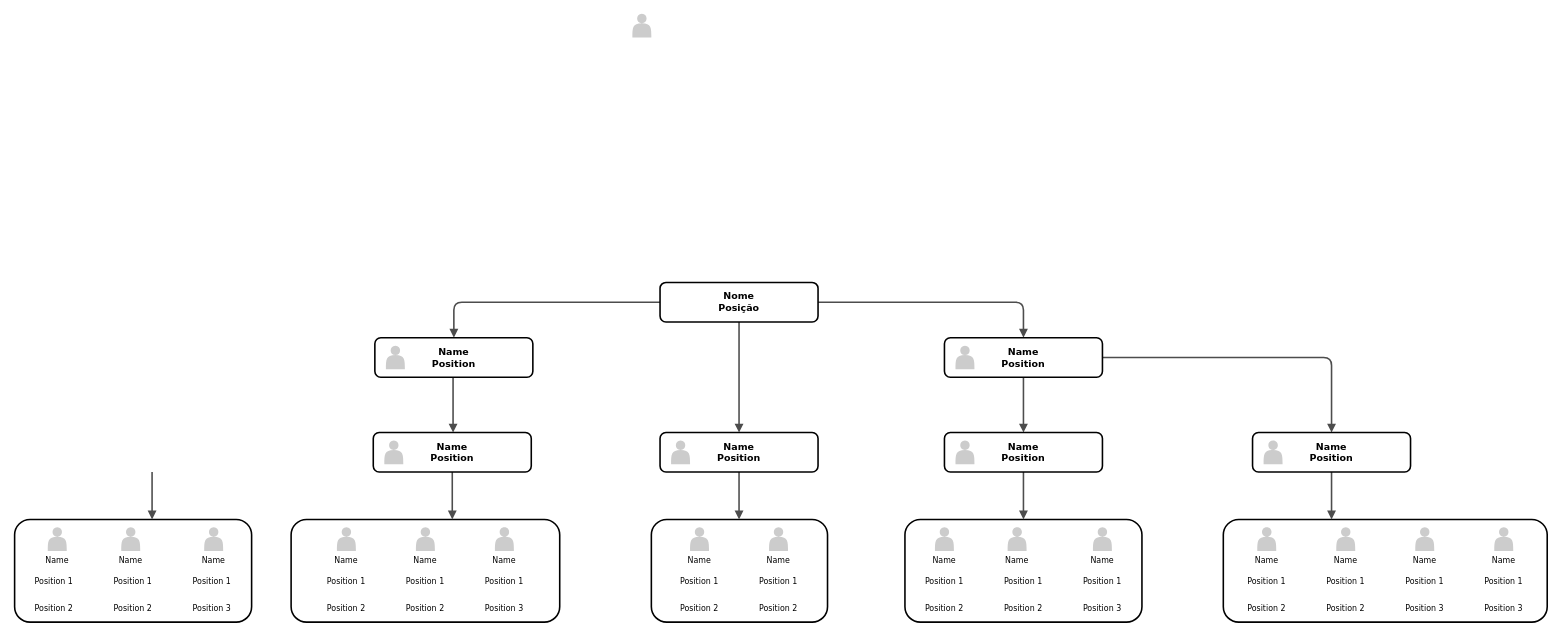
This is Diagrama sem nome.drawio from pedindev/Pedro2024, a draw.io file, before an edit. Source tidied: cells renumbered, new cells numbered last; positions are measured from the earlier drawing's top-left corner, leaving out a move shared by most shapes. Both pictures are drawn from the tidied source at 79%, with x=0, y=0 at pixel (14, 13).
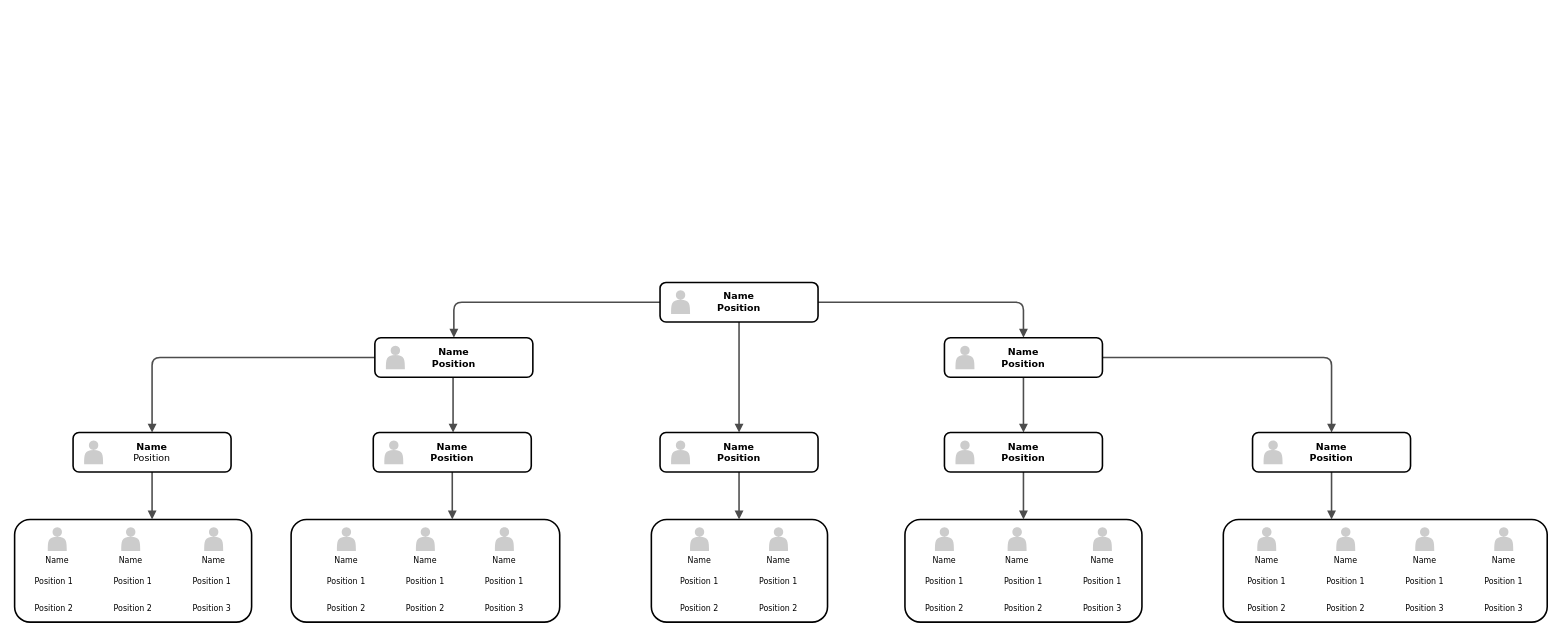
The same diagram, later.

The change refers to these unchanged cells:
```xml
<mxCell id="2" style="whiteSpace=wrap;html=1;rounded=1;shadow=0;comic=0;strokeWidth=2;fontFamily=Verdana;align=center;fontSize=10;" parent="1" vertex="1">
  <mxGeometry y="640" width="300" height="130" as="geometry" />
</mxCell>
<mxCell id="63" value="Name&lt;div&gt;&lt;span&gt;Position&lt;/span&gt;&lt;/div&gt;" style="whiteSpace=wrap;html=1;rounded=1;shadow=0;comic=0;strokeWidth=2;fontFamily=Verdana;align=center;fontSize=12;fontStyle=1;" parent="1" vertex="1">
  <mxGeometry x="456" y="410" width="200" height="50" as="geometry" />
</mxCell>
```

Change to the diagram source:
```diff
@@
+    <mxCell id="77" style="edgeStyle=orthogonalEdgeStyle;rounded=1;html=1;labelBackgroundColor=none;endArrow=block;endFill=1;strokeColor=#4D4D4D;strokeWidth=2;fontFamily=Verdana;fontSize=12;fontStyle=1;" parent="1" edge="1" source="63" target="78">
+      <mxGeometry relative="1" as="geometry" />
+    </mxCell>
@@
-    <mxCell id="29" style="edgeStyle=elbowEdgeStyle;rounded=1;html=1;labelBackgroundColor=none;endArrow=block;endFill=1;strokeColor=#4D4D4D;strokeWidth=2;fontFamily=Verdana;fontSize=10;" parent="1" edge="1" target="2">
-      <mxGeometry relative="1" as="geometry">
-        <mxPoint x="174" y="580" as="sourcePoint" />
-      </mxGeometry>
+    <mxCell id="29" style="edgeStyle=elbowEdgeStyle;rounded=1;html=1;labelBackgroundColor=none;endArrow=block;endFill=1;strokeColor=#4D4D4D;strokeWidth=2;fontFamily=Verdana;fontSize=10;" parent="1" edge="1" source="78" target="2">
+      <mxGeometry relative="1" as="geometry" />
     </mxCell>
@@
+    <mxCell id="78" value="&lt;span&gt;Name&lt;/span&gt;&lt;div&gt;&lt;span style=&quot;font-weight: normal&quot;&gt;Position&lt;/span&gt;&lt;/div&gt;" style="whiteSpace=wrap;html=1;rounded=1;shadow=0;comic=0;strokeWidth=2;fontFamily=Verdana;align=center;fontSize=12;fontStyle=1;" parent="1" vertex="1">
+      <mxGeometry x="74" y="530" width="200" height="50" as="geometry" />
+    </mxCell>
+    <mxCell id="79" style="shape=actor;whiteSpace=wrap;html=1;rounded=0;shadow=0;comic=0;strokeWidth=1;fillColor=#CCCCCC;fontFamily=Verdana;align=center;strokeColor=none;fontSize=12;fontStyle=1;" parent="1" vertex="1">
+      <mxGeometry x="88" y="540" width="24" height="30" as="geometry" />
+    </mxCell>
@@
-    <mxCell id="69" value="Nome&lt;div&gt;&lt;span&gt;Posição&lt;/span&gt;&lt;/div&gt;" style="whiteSpace=wrap;html=1;rounded=1;shadow=0;comic=0;strokeWidth=2;fontFamily=Verdana;align=center;fontSize=12;fontStyle=1;" parent="1" vertex="1">
+    <mxCell id="69" value="Name&lt;div&gt;&lt;span&gt;Position&lt;/span&gt;&lt;/div&gt;" style="whiteSpace=wrap;html=1;rounded=1;shadow=0;comic=0;strokeWidth=2;fontFamily=Verdana;align=center;fontSize=12;fontStyle=1;" parent="1" vertex="1">
       <mxGeometry x="817" y="340" width="200" height="50" as="geometry" />
     </mxCell>
     <mxCell id="70" style="shape=actor;whiteSpace=wrap;html=1;rounded=0;shadow=0;comic=0;strokeWidth=1;fillColor=#CCCCCC;fontFamily=Verdana;align=center;strokeColor=none;fontSize=12;fontStyle=1;" parent="1" vertex="1">
-      <mxGeometry x="782" width="24" height="30" as="geometry" />
+      <mxGeometry x="831" y="350" width="24" height="30" as="geometry" />
     </mxCell>
```
